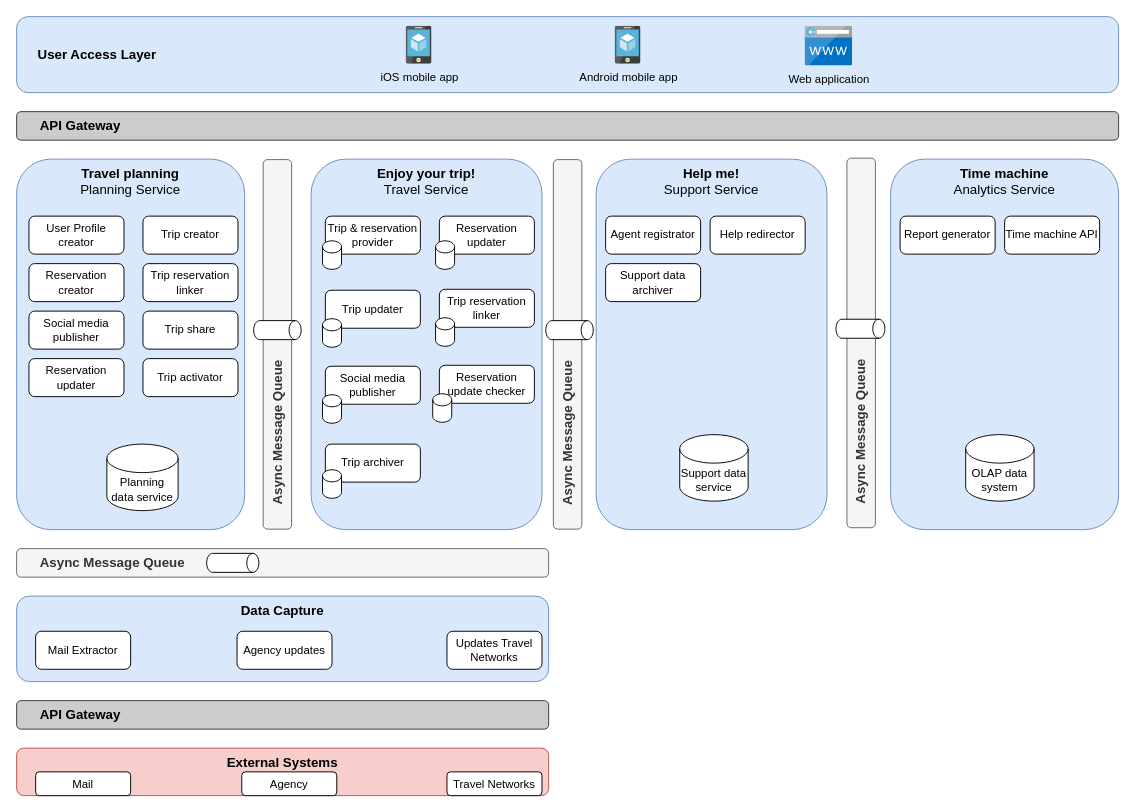
The draw.io diagram page "Interaction" (2 of 4) of 02 SolutionStrategy/HighLevelComponentView.drawio in roadwarriorkata/architecture, before the edit. Source tidied: cells renumbered, new cells numbered last; positions are measured from the earlier drawing's top-left corner, leaving out a move shared by most shapes. Both pictures are drawn from the tidied source at 95%, with x=0, y=0 at pixel (16, 16).
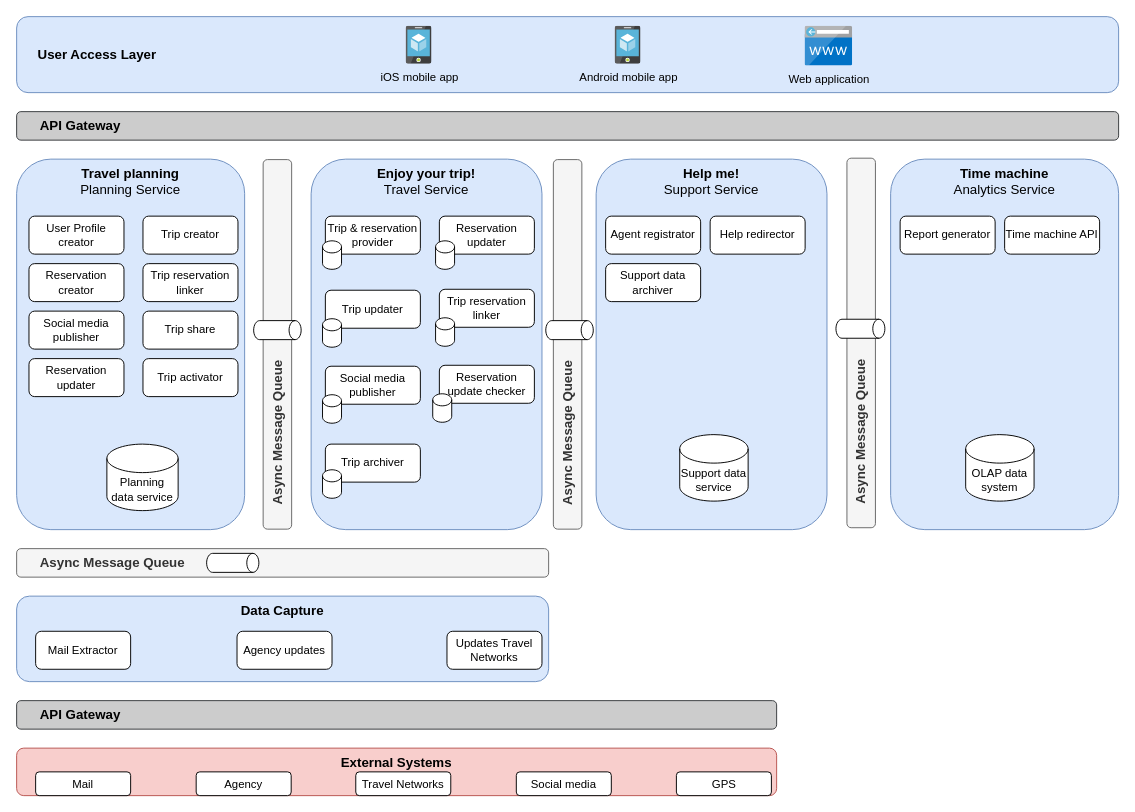
The same diagram, later.

Commit message (it also covers changes not shown here):
added social media and GPS in interaction diagram

The edit, as a diff of the source:
```diff
@@
     <mxCell id="2" value="&lt;font style=&quot;font-size: 14px;&quot;&gt;&lt;span style=&quot;font-size: 14px;&quot;&gt;&lt;b&gt;External Systems&lt;/b&gt;&lt;br&gt;&lt;/span&gt;&lt;/font&gt;" style="rounded=1;whiteSpace=wrap;html=1;verticalAlign=top;fontSize=14;fillColor=#f8cecc;strokeColor=#b85450;" parent="1" vertex="1">
-      <mxGeometry y="770" width="560" height="50" as="geometry" />
+      <mxGeometry y="770" width="800" height="50" as="geometry" />
     </mxCell>
@@
     <mxCell id="53" value="&lt;b&gt;&lt;font style=&quot;font-size: 14px;&quot;&gt;&amp;nbsp; &amp;nbsp; &amp;nbsp; API Gateway&lt;/font&gt;&lt;/b&gt;" style="rounded=1;whiteSpace=wrap;html=1;align=left;fillColor=#CCCCCC;strokeColor=#36393d;" parent="1" vertex="1">
-      <mxGeometry y="720" width="560" height="30" as="geometry" />
+      <mxGeometry y="720" width="800" height="30" as="geometry" />
     </mxCell>
@@
     <mxCell id="55" value="Travel Networks" style="rounded=1;whiteSpace=wrap;html=1;" parent="1" vertex="1">
-      <mxGeometry x="453" y="795" width="100" height="25" as="geometry" />
+      <mxGeometry x="357" y="795" width="100" height="25" as="geometry" />
     </mxCell>
     <mxCell id="56" value="Agency" style="rounded=1;whiteSpace=wrap;html=1;" parent="1" vertex="1">
-      <mxGeometry x="237" y="795" width="100" height="25" as="geometry" />
+      <mxGeometry x="189" y="795" width="100" height="25" as="geometry" />
     </mxCell>
@@
+    <mxCell id="65" value="Social media" style="rounded=1;whiteSpace=wrap;html=1;" parent="1" vertex="1">
+      <mxGeometry x="526" y="795" width="100" height="25" as="geometry" />
+    </mxCell>
+    <mxCell id="66" value="GPS" style="rounded=1;whiteSpace=wrap;html=1;" parent="1" vertex="1">
+      <mxGeometry x="694.5" y="795" width="100" height="25" as="geometry" />
+    </mxCell>
```
